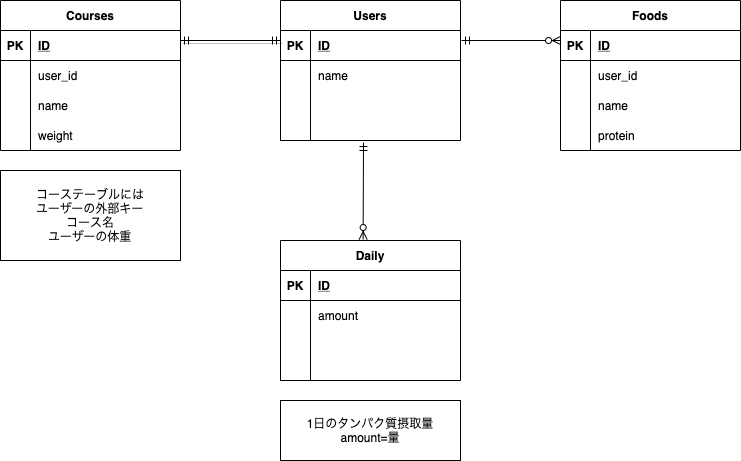
kousueke/health-b keeps this draw.io diagram as health.drawio.png. Above is the earlier version. Source tidied: cells renumbered, new cells last; positions are measured from the earlier drawing's top-left corner, leaving out a move shared by most shapes. The source it was exported from:
```xml
<mxGraphModel>
  <root>
    <mxCell id="0" />
    <mxCell id="1" parent="0" />
    <mxCell id="2" value="Users" style="shape=table;startSize=30;rowLines=0;fontStyle=1;align=center;" parent="1" vertex="1">
      <mxGeometry x="280" width="180" height="140" as="geometry" />
    </mxCell>
    <mxCell id="3" style="shape=partialRectangle;fillColor=none;top=0;left=0;bottom=1;right=0;" parent="2" vertex="1">
      <mxGeometry y="30" width="180" height="30" as="geometry" />
    </mxCell>
    <mxCell id="4" value="PK" style="shape=partialRectangle;fillColor=none;top=0;left=0;bottom=0;right=0;fontStyle=1;overflow=hidden;" parent="3" vertex="1">
      <mxGeometry width="30" height="30" as="geometry" />
    </mxCell>
    <mxCell id="5" value="ID" style="shape=partialRectangle;fillColor=none;top=0;left=0;bottom=0;right=0;align=left;spacingLeft=6;fontStyle=5;overflow=hidden;" parent="3" vertex="1">
      <mxGeometry x="30" width="150" height="30" as="geometry" />
    </mxCell>
    <mxCell id="6" style="shape=partialRectangle;fillColor=none;top=0;left=0;bottom=0;right=0;" parent="2" vertex="1">
      <mxGeometry y="60" width="180" height="30" as="geometry" />
    </mxCell>
    <mxCell id="7" style="shape=partialRectangle;fillColor=none;top=0;left=0;bottom=0;right=0;overflow=hidden;" parent="6" vertex="1">
      <mxGeometry width="30" height="30" as="geometry" />
    </mxCell>
    <mxCell id="8" value="name" style="shape=partialRectangle;fillColor=none;top=0;left=0;bottom=0;right=0;align=left;spacingLeft=6;overflow=hidden;" parent="6" vertex="1">
      <mxGeometry x="30" width="150" height="30" as="geometry" />
    </mxCell>
    <mxCell id="9" style="shape=partialRectangle;fillColor=none;top=0;left=0;bottom=0;right=0;" parent="2" vertex="1">
      <mxGeometry y="90" width="180" height="30" as="geometry" />
    </mxCell>
    <mxCell id="10" style="shape=partialRectangle;fillColor=none;top=0;left=0;bottom=0;right=0;overflow=hidden;" parent="9" vertex="1">
      <mxGeometry width="30" height="30" as="geometry" />
    </mxCell>
    <mxCell id="11" style="shape=partialRectangle;fillColor=none;top=0;left=0;bottom=0;right=0;align=left;spacingLeft=6;overflow=hidden;" parent="9" vertex="1">
      <mxGeometry x="30" width="150" height="30" as="geometry" />
    </mxCell>
    <mxCell id="12" style="shape=partialRectangle;fillColor=none;top=0;left=0;bottom=0;right=0;" parent="2" vertex="1">
      <mxGeometry y="120" width="180" height="20" as="geometry" />
    </mxCell>
    <mxCell id="13" style="shape=partialRectangle;fillColor=none;top=0;left=0;bottom=0;right=0;overflow=hidden;" parent="12" vertex="1">
      <mxGeometry width="30" height="20" as="geometry" />
    </mxCell>
    <mxCell id="14" style="shape=partialRectangle;fillColor=none;top=0;left=0;bottom=0;right=0;align=left;spacingLeft=6;overflow=hidden;" parent="12" vertex="1">
      <mxGeometry x="30" width="150" height="20" as="geometry" />
    </mxCell>
    <mxCell id="15" value="Foods" style="shape=table;startSize=30;rowLines=0;fontStyle=1;align=center;" parent="1" vertex="1">
      <mxGeometry x="560" width="180" height="150" as="geometry" />
    </mxCell>
    <mxCell id="16" style="shape=partialRectangle;fillColor=none;top=0;left=0;bottom=1;right=0;" parent="15" vertex="1">
      <mxGeometry y="30" width="180" height="30" as="geometry" />
    </mxCell>
    <mxCell id="17" value="PK" style="shape=partialRectangle;fillColor=none;top=0;left=0;bottom=0;right=0;fontStyle=1;overflow=hidden;" parent="16" vertex="1">
      <mxGeometry width="30" height="30" as="geometry" />
    </mxCell>
    <mxCell id="18" value="ID" style="shape=partialRectangle;fillColor=none;top=0;left=0;bottom=0;right=0;align=left;spacingLeft=6;fontStyle=5;overflow=hidden;" parent="16" vertex="1">
      <mxGeometry x="30" width="150" height="30" as="geometry" />
    </mxCell>
    <mxCell id="19" style="shape=partialRectangle;fillColor=none;top=0;left=0;bottom=0;right=0;" parent="15" vertex="1">
      <mxGeometry y="60" width="180" height="30" as="geometry" />
    </mxCell>
    <mxCell id="20" style="shape=partialRectangle;fillColor=none;top=0;left=0;bottom=0;right=0;overflow=hidden;" parent="19" vertex="1">
      <mxGeometry width="30" height="30" as="geometry" />
    </mxCell>
    <mxCell id="21" value="user_id" style="shape=partialRectangle;fillColor=none;top=0;left=0;bottom=0;right=0;align=left;spacingLeft=6;overflow=hidden;" parent="19" vertex="1">
      <mxGeometry x="30" width="150" height="30" as="geometry" />
    </mxCell>
    <mxCell id="22" style="shape=partialRectangle;fillColor=none;top=0;left=0;bottom=0;right=0;" parent="15" vertex="1">
      <mxGeometry y="90" width="180" height="30" as="geometry" />
    </mxCell>
    <mxCell id="23" style="shape=partialRectangle;fillColor=none;top=0;left=0;bottom=0;right=0;overflow=hidden;" parent="22" vertex="1">
      <mxGeometry width="30" height="30" as="geometry" />
    </mxCell>
    <mxCell id="24" value="name" style="shape=partialRectangle;fillColor=none;top=0;left=0;bottom=0;right=0;align=left;spacingLeft=6;overflow=hidden;" parent="22" vertex="1">
      <mxGeometry x="30" width="150" height="30" as="geometry" />
    </mxCell>
    <mxCell id="25" style="shape=partialRectangle;fillColor=none;top=0;left=0;bottom=0;right=0;" parent="15" vertex="1">
      <mxGeometry y="120" width="180" height="30" as="geometry" />
    </mxCell>
    <mxCell id="26" style="shape=partialRectangle;fillColor=none;top=0;left=0;bottom=0;right=0;overflow=hidden;" parent="25" vertex="1">
      <mxGeometry width="30" height="30" as="geometry" />
    </mxCell>
    <mxCell id="27" value="protein" style="shape=partialRectangle;fillColor=none;top=0;left=0;bottom=0;right=0;align=left;spacingLeft=6;overflow=hidden;" parent="25" vertex="1">
      <mxGeometry x="30" width="150" height="30" as="geometry" />
    </mxCell>
    <mxCell id="28" value="Courses" style="shape=table;startSize=30;rowLines=0;fontStyle=1;align=center;" parent="1" vertex="1">
      <mxGeometry width="180" height="150" as="geometry" />
    </mxCell>
    <mxCell id="29" style="shape=partialRectangle;fillColor=none;top=0;left=0;bottom=1;right=0;" parent="28" vertex="1">
      <mxGeometry y="30" width="180" height="30" as="geometry" />
    </mxCell>
    <mxCell id="30" value="PK" style="shape=partialRectangle;fillColor=none;top=0;left=0;bottom=0;right=0;fontStyle=1;overflow=hidden;" parent="29" vertex="1">
      <mxGeometry width="30" height="30" as="geometry" />
    </mxCell>
    <mxCell id="31" value="ID" style="shape=partialRectangle;fillColor=none;top=0;left=0;bottom=0;right=0;align=left;spacingLeft=6;fontStyle=5;overflow=hidden;" parent="29" vertex="1">
      <mxGeometry x="30" width="150" height="30" as="geometry" />
    </mxCell>
    <mxCell id="32" style="shape=partialRectangle;fillColor=none;top=0;left=0;bottom=0;right=0;" parent="28" vertex="1">
      <mxGeometry y="60" width="180" height="30" as="geometry" />
    </mxCell>
    <mxCell id="33" style="shape=partialRectangle;fillColor=none;top=0;left=0;bottom=0;right=0;overflow=hidden;" parent="32" vertex="1">
      <mxGeometry width="30" height="30" as="geometry" />
    </mxCell>
    <mxCell id="34" value="user_id" style="shape=partialRectangle;fillColor=none;top=0;left=0;bottom=0;right=0;align=left;spacingLeft=6;overflow=hidden;" parent="32" vertex="1">
      <mxGeometry x="30" width="150" height="30" as="geometry" />
    </mxCell>
    <mxCell id="35" style="shape=partialRectangle;fillColor=none;top=0;left=0;bottom=0;right=0;" parent="28" vertex="1">
      <mxGeometry y="90" width="180" height="30" as="geometry" />
    </mxCell>
    <mxCell id="36" style="shape=partialRectangle;fillColor=none;top=0;left=0;bottom=0;right=0;overflow=hidden;" parent="35" vertex="1">
      <mxGeometry width="30" height="30" as="geometry" />
    </mxCell>
    <mxCell id="37" value="name" style="shape=partialRectangle;fillColor=none;top=0;left=0;bottom=0;right=0;align=left;spacingLeft=6;overflow=hidden;" parent="35" vertex="1">
      <mxGeometry x="30" width="150" height="30" as="geometry" />
    </mxCell>
    <mxCell id="38" style="shape=partialRectangle;fillColor=none;top=0;left=0;bottom=0;right=0;" parent="28" vertex="1">
      <mxGeometry y="120" width="180" height="30" as="geometry" />
    </mxCell>
    <mxCell id="39" style="shape=partialRectangle;fillColor=none;top=0;left=0;bottom=0;right=0;overflow=hidden;" parent="38" vertex="1">
      <mxGeometry width="30" height="30" as="geometry" />
    </mxCell>
    <mxCell id="40" value="weight" style="shape=partialRectangle;fillColor=none;top=0;left=0;bottom=0;right=0;align=left;spacingLeft=6;overflow=hidden;" parent="38" vertex="1">
      <mxGeometry x="30" width="150" height="30" as="geometry" />
    </mxCell>
    <mxCell id="41" style="edgeStyle=entityRelationEdgeStyle;fontSize=12;html=1;endArrow=ERmandOne;startArrow=ERmandOne;strokeWidth=1;strokeColor=none;" parent="1" edge="1">
      <mxGeometry relative="1" as="geometry">
        <mxPoint x="190" y="40" as="sourcePoint" />
        <mxPoint x="280" y="40" as="targetPoint" />
      </mxGeometry>
    </mxCell>
    <mxCell id="42" style="fontSize=12;html=1;endArrow=ERmandOne;startArrow=ERmandOne;strokeWidth=1;shadow=1;" parent="1" edge="1">
      <mxGeometry relative="1" as="geometry">
        <mxPoint x="180" y="40" as="sourcePoint" />
        <mxPoint x="280" y="40" as="targetPoint" />
      </mxGeometry>
    </mxCell>
    <mxCell id="43" value="コーステーブルには&lt;br&gt;ユーザーの外部キー&lt;br&gt;コース名&lt;br&gt;ユーザーの体重" style="whiteSpace=wrap;html=1;" parent="1" vertex="1">
      <mxGeometry y="170" width="180" height="90" as="geometry" />
    </mxCell>
    <mxCell id="44" style="fontSize=12;html=1;endArrow=ERzeroToMany;startArrow=ERmandOne;" parent="1" edge="1">
      <mxGeometry relative="1" as="geometry">
        <mxPoint x="461" y="40" as="sourcePoint" />
        <mxPoint x="560" y="40" as="targetPoint" />
      </mxGeometry>
    </mxCell>
    <mxCell id="45" value="Daily" style="shape=table;startSize=30;rowLines=0;fontStyle=1;align=center;" parent="1" vertex="1">
      <mxGeometry x="280" y="240" width="180" height="140" as="geometry" />
    </mxCell>
    <mxCell id="46" style="shape=partialRectangle;fillColor=none;top=0;left=0;bottom=1;right=0;" parent="45" vertex="1">
      <mxGeometry y="30" width="180" height="30" as="geometry" />
    </mxCell>
    <mxCell id="47" value="PK" style="shape=partialRectangle;fillColor=none;top=0;left=0;bottom=0;right=0;fontStyle=1;overflow=hidden;" parent="46" vertex="1">
      <mxGeometry width="30" height="30" as="geometry" />
    </mxCell>
    <mxCell id="48" value="ID" style="shape=partialRectangle;fillColor=none;top=0;left=0;bottom=0;right=0;align=left;spacingLeft=6;fontStyle=5;overflow=hidden;" parent="46" vertex="1">
      <mxGeometry x="30" width="150" height="30" as="geometry" />
    </mxCell>
    <mxCell id="49" style="shape=partialRectangle;fillColor=none;top=0;left=0;bottom=0;right=0;" parent="45" vertex="1">
      <mxGeometry y="60" width="180" height="30" as="geometry" />
    </mxCell>
    <mxCell id="50" style="shape=partialRectangle;fillColor=none;top=0;left=0;bottom=0;right=0;overflow=hidden;" parent="49" vertex="1">
      <mxGeometry width="30" height="30" as="geometry" />
    </mxCell>
    <mxCell id="51" value="amount" style="shape=partialRectangle;fillColor=none;top=0;left=0;bottom=0;right=0;align=left;spacingLeft=6;overflow=hidden;" parent="49" vertex="1">
      <mxGeometry x="30" width="150" height="30" as="geometry" />
    </mxCell>
    <mxCell id="52" style="shape=partialRectangle;fillColor=none;top=0;left=0;bottom=0;right=0;" parent="45" vertex="1">
      <mxGeometry y="90" width="180" height="30" as="geometry" />
    </mxCell>
    <mxCell id="53" style="shape=partialRectangle;fillColor=none;top=0;left=0;bottom=0;right=0;overflow=hidden;" parent="52" vertex="1">
      <mxGeometry width="30" height="30" as="geometry" />
    </mxCell>
    <mxCell id="54" style="shape=partialRectangle;fillColor=none;top=0;left=0;bottom=0;right=0;align=left;spacingLeft=6;overflow=hidden;" parent="52" vertex="1">
      <mxGeometry x="30" width="150" height="30" as="geometry" />
    </mxCell>
    <mxCell id="55" style="shape=partialRectangle;fillColor=none;top=0;left=0;bottom=0;right=0;" parent="45" vertex="1">
      <mxGeometry y="120" width="180" height="20" as="geometry" />
    </mxCell>
    <mxCell id="56" style="shape=partialRectangle;fillColor=none;top=0;left=0;bottom=0;right=0;overflow=hidden;" parent="55" vertex="1">
      <mxGeometry width="30" height="20" as="geometry" />
    </mxCell>
    <mxCell id="57" style="shape=partialRectangle;fillColor=none;top=0;left=0;bottom=0;right=0;align=left;spacingLeft=6;overflow=hidden;" parent="55" vertex="1">
      <mxGeometry x="30" width="150" height="20" as="geometry" />
    </mxCell>
    <mxCell id="58" style="fontSize=12;html=1;endArrow=ERzeroToMany;startArrow=ERmandOne;entryX=0.459;entryY=-0.007;entryDx=0;entryDy=0;entryPerimeter=0;" parent="1" edge="1" target="45">
      <mxGeometry relative="1" as="geometry">
        <mxPoint x="363" y="142" as="sourcePoint" />
      </mxGeometry>
    </mxCell>
    <mxCell id="59" value="1日のタンパク質摂取量&lt;br&gt;amount=量" style="rounded=0;whiteSpace=wrap;html=1;" parent="1" vertex="1">
      <mxGeometry x="280" y="400" width="180" height="60" as="geometry" />
    </mxCell>
  </root>
</mxGraphModel>
```
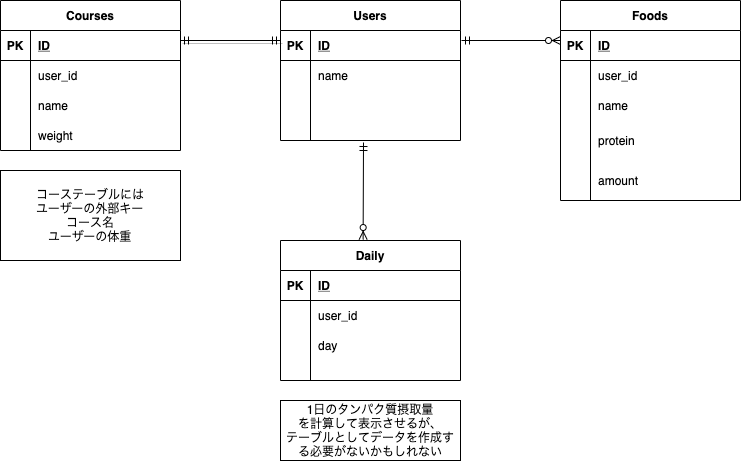
Above is the later version.

What changed in the source:
```diff
@@ -42,7 +42,7 @@
       <mxGeometry x="30" width="150" height="20" as="geometry" />
     </mxCell>
     <mxCell id="15" value="Foods" style="shape=table;startSize=30;rowLines=0;fontStyle=1;align=center;" parent="1" vertex="1">
-      <mxGeometry x="560" width="180" height="150" as="geometry" />
+      <mxGeometry x="560" width="180" height="200" as="geometry" />
     </mxCell>
     <mxCell id="16" style="shape=partialRectangle;fillColor=none;top=0;left=0;bottom=1;right=0;" parent="15" vertex="1">
       <mxGeometry y="30" width="180" height="30" as="geometry" />
@@ -72,14 +72,23 @@
       <mxGeometry x="30" width="150" height="30" as="geometry" />
     </mxCell>
     <mxCell id="25" style="shape=partialRectangle;fillColor=none;top=0;left=0;bottom=0;right=0;" parent="15" vertex="1">
-      <mxGeometry y="120" width="180" height="30" as="geometry" />
+      <mxGeometry y="120" width="180" height="40" as="geometry" />
     </mxCell>
     <mxCell id="26" style="shape=partialRectangle;fillColor=none;top=0;left=0;bottom=0;right=0;overflow=hidden;" parent="25" vertex="1">
-      <mxGeometry width="30" height="30" as="geometry" />
+      <mxGeometry width="30" height="40" as="geometry" />
     </mxCell>
     <mxCell id="27" value="protein" style="shape=partialRectangle;fillColor=none;top=0;left=0;bottom=0;right=0;align=left;spacingLeft=6;overflow=hidden;" parent="25" vertex="1">
-      <mxGeometry x="30" width="150" height="30" as="geometry" />
+      <mxGeometry x="30" width="150" height="40" as="geometry" />
     </mxCell>
+    <mxCell id="60" style="shape=partialRectangle;fillColor=none;top=0;left=0;bottom=0;right=0;" parent="15" vertex="1">
+      <mxGeometry y="160" width="180" height="40" as="geometry" />
+    </mxCell>
+    <mxCell id="61" style="shape=partialRectangle;fillColor=none;top=0;left=0;bottom=0;right=0;overflow=hidden;" parent="60" vertex="1">
+      <mxGeometry width="30" height="40" as="geometry" />
+    </mxCell>
+    <mxCell id="62" value="amount" style="shape=partialRectangle;fillColor=none;top=0;left=0;bottom=0;right=0;align=left;spacingLeft=6;overflow=hidden;" parent="60" vertex="1">
+      <mxGeometry x="30" width="150" height="40" as="geometry" />
+    </mxCell>
     <mxCell id="28" value="Courses" style="shape=table;startSize=30;rowLines=0;fontStyle=1;align=center;" parent="1" vertex="1">
       <mxGeometry width="180" height="150" as="geometry" />
     </mxCell>
@@ -158,7 +167,7 @@
     <mxCell id="50" style="shape=partialRectangle;fillColor=none;top=0;left=0;bottom=0;right=0;overflow=hidden;" parent="49" vertex="1">
       <mxGeometry width="30" height="30" as="geometry" />
     </mxCell>
-    <mxCell id="51" value="amount" style="shape=partialRectangle;fillColor=none;top=0;left=0;bottom=0;right=0;align=left;spacingLeft=6;overflow=hidden;" parent="49" vertex="1">
+    <mxCell id="51" value="user_id" style="shape=partialRectangle;fillColor=none;top=0;left=0;bottom=0;right=0;align=left;spacingLeft=6;overflow=hidden;" parent="49" vertex="1">
       <mxGeometry x="30" width="150" height="30" as="geometry" />
     </mxCell>
     <mxCell id="52" style="shape=partialRectangle;fillColor=none;top=0;left=0;bottom=0;right=0;" parent="45" vertex="1">
@@ -167,7 +176,7 @@
     <mxCell id="53" style="shape=partialRectangle;fillColor=none;top=0;left=0;bottom=0;right=0;overflow=hidden;" parent="52" vertex="1">
       <mxGeometry width="30" height="30" as="geometry" />
     </mxCell>
-    <mxCell id="54" style="shape=partialRectangle;fillColor=none;top=0;left=0;bottom=0;right=0;align=left;spacingLeft=6;overflow=hidden;" parent="52" vertex="1">
+    <mxCell id="54" value="day" style="shape=partialRectangle;fillColor=none;top=0;left=0;bottom=0;right=0;align=left;spacingLeft=6;overflow=hidden;" parent="52" vertex="1">
       <mxGeometry x="30" width="150" height="30" as="geometry" />
     </mxCell>
     <mxCell id="55" style="shape=partialRectangle;fillColor=none;top=0;left=0;bottom=0;right=0;" parent="45" vertex="1">
@@ -184,7 +193,7 @@
         <mxPoint x="363" y="142" as="sourcePoint" />
       </mxGeometry>
     </mxCell>
-    <mxCell id="59" value="1日のタンパク質摂取量&lt;br&gt;amount=量" style="rounded=0;whiteSpace=wrap;html=1;" parent="1" vertex="1">
+    <mxCell id="59" value="1日のタンパク質摂取量&lt;br&gt;を計算して表示させるが、&lt;br&gt;テーブルとしてデータを作成する必要がないかもしれない" style="rounded=0;whiteSpace=wrap;html=1;" parent="1" vertex="1">
       <mxGeometry x="280" y="400" width="180" height="60" as="geometry" />
     </mxCell>
   </root>
```
